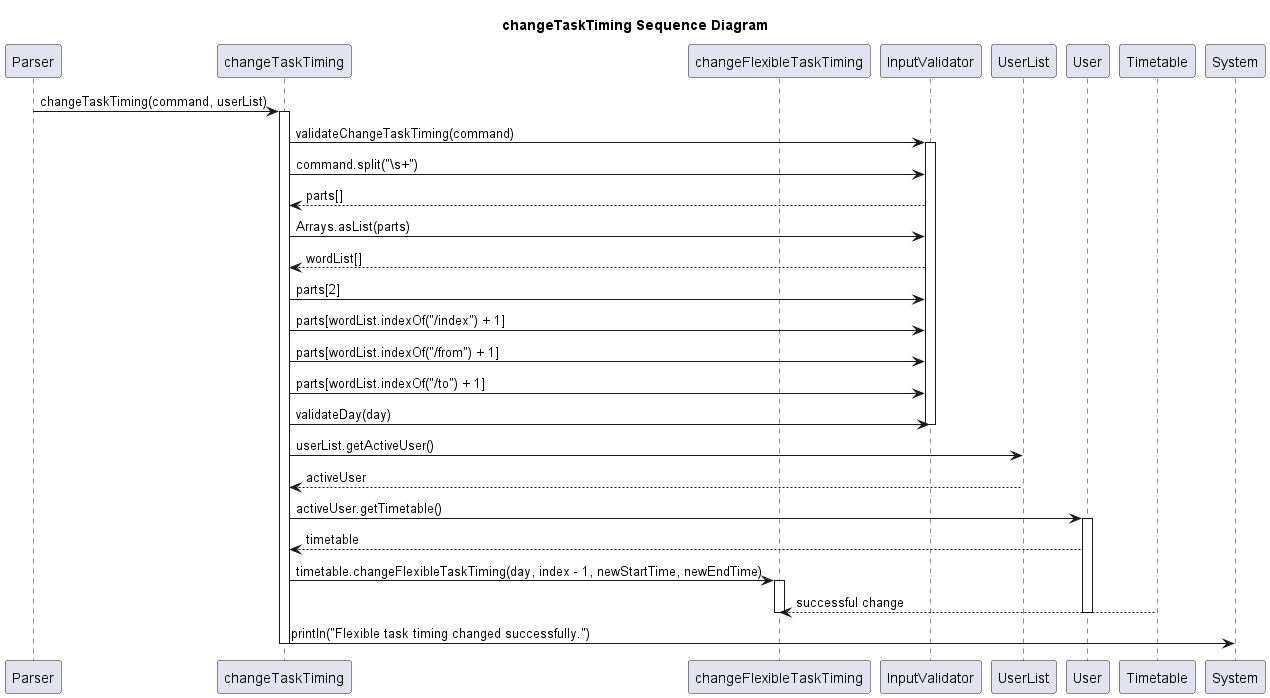
Before: docs/diagram/changeTaskTiming_Sequence_Diagram.png, a diagram exported from PlantUML (ZhuSijia0711/tp). The source it was exported from:
```plantuml
@startuml
title changeTaskTiming Sequence Diagram

participant "Parser" as Caller
participant "changeTaskTiming" as Method
participant "changeFlexibleTaskTiming" as FlexibleMethod
participant "InputValidator" as InputValidator
participant "UserList" as UserList
participant "User" as User
participant "Timetable" as Timetable

Caller -> Method: changeTaskTiming(command, userList)
activate Method
Method -> InputValidator: validateChangeTaskTiming(command)
activate InputValidator
Method -> InputValidator: command.split("\\s+")
Method <-- InputValidator: parts[]
Method -> InputValidator: Arrays.asList(parts)
Method <-- InputValidator: wordList[]
Method -> InputValidator: parts[2]
Method -> InputValidator: parts[wordList.indexOf("/index") + 1]
Method -> InputValidator: parts[wordList.indexOf("/from") + 1]
Method -> InputValidator: parts[wordList.indexOf("/to") + 1]
Method -> InputValidator: validateDay(day)
deactivate InputValidator
Method -> UserList: userList.getActiveUser()
Method <-- UserList: activeUser
Method -> User: activeUser.getTimetable()
activate User
Method <-- User: timetable
Method -> FlexibleMethod: timetable.changeFlexibleTaskTiming(day, index - 1, newStartTime, newEndTime)
activate FlexibleMethod
FlexibleMethod <-- Timetable: successful change
deactivate FlexibleMethod
deactivate User
Method -> System: println("Flexible task timing changed successfully.")
deactivate Method

@enduml
```
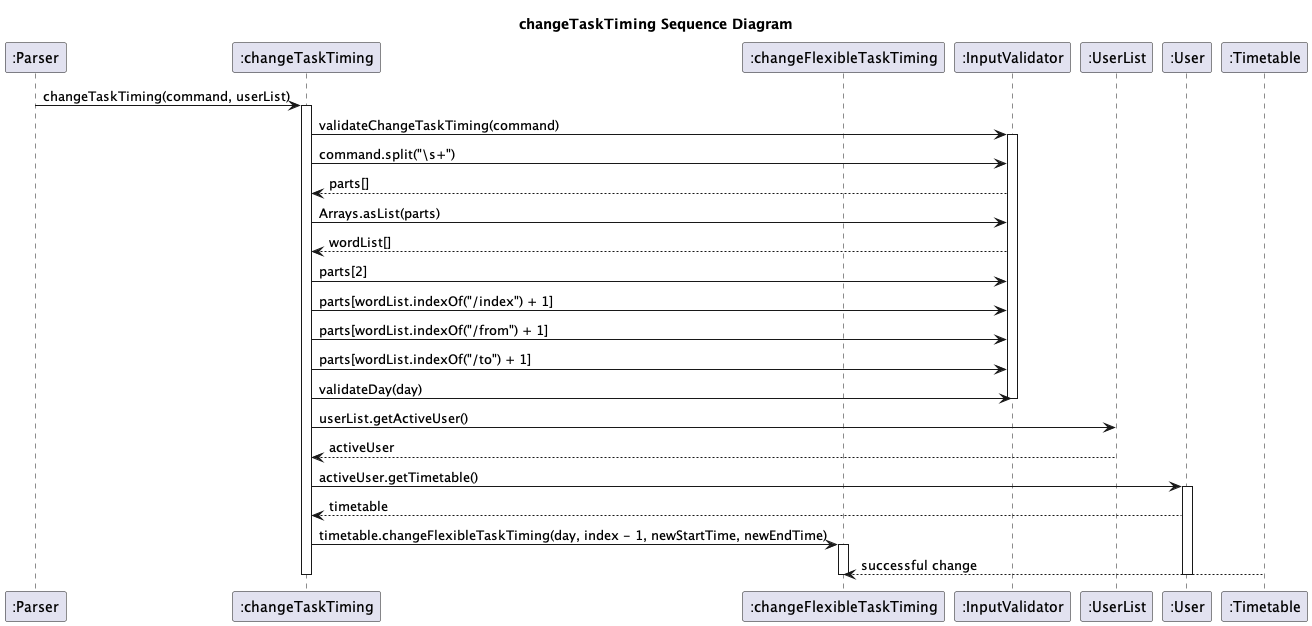
After the change.

Commit message:
Updated changeTaskTiming Sequence Diagram.

Change to the diagram source:
```diff
@@ -1,13 +1,16 @@
 @startuml
+skinparam classAttributeIconSize 0
+skinparam CircledCharacterFontSize 0
+skinparam CircledCharacterRadius 0
 title changeTaskTiming Sequence Diagram
 
-participant "Parser" as Caller
-participant "changeTaskTiming" as Method
-participant "changeFlexibleTaskTiming" as FlexibleMethod
-participant "InputValidator" as InputValidator
-participant "UserList" as UserList
-participant "User" as User
-participant "Timetable" as Timetable
+participant ":Parser" as Caller
+participant ":changeTaskTiming" as Method
+participant ":changeFlexibleTaskTiming" as FlexibleMethod
+participant ":InputValidator" as InputValidator
+participant ":UserList" as UserList
+participant ":User" as User
+participant ":Timetable" as Timetable
 
 Caller -> Method: changeTaskTiming(command, userList)
 activate Method
@@ -33,7 +36,6 @@
 FlexibleMethod <-- Timetable: successful change
 deactivate FlexibleMethod
 deactivate User
-Method -> System: println("Flexible task timing changed successfully.")
 deactivate Method
 
 @enduml
```
